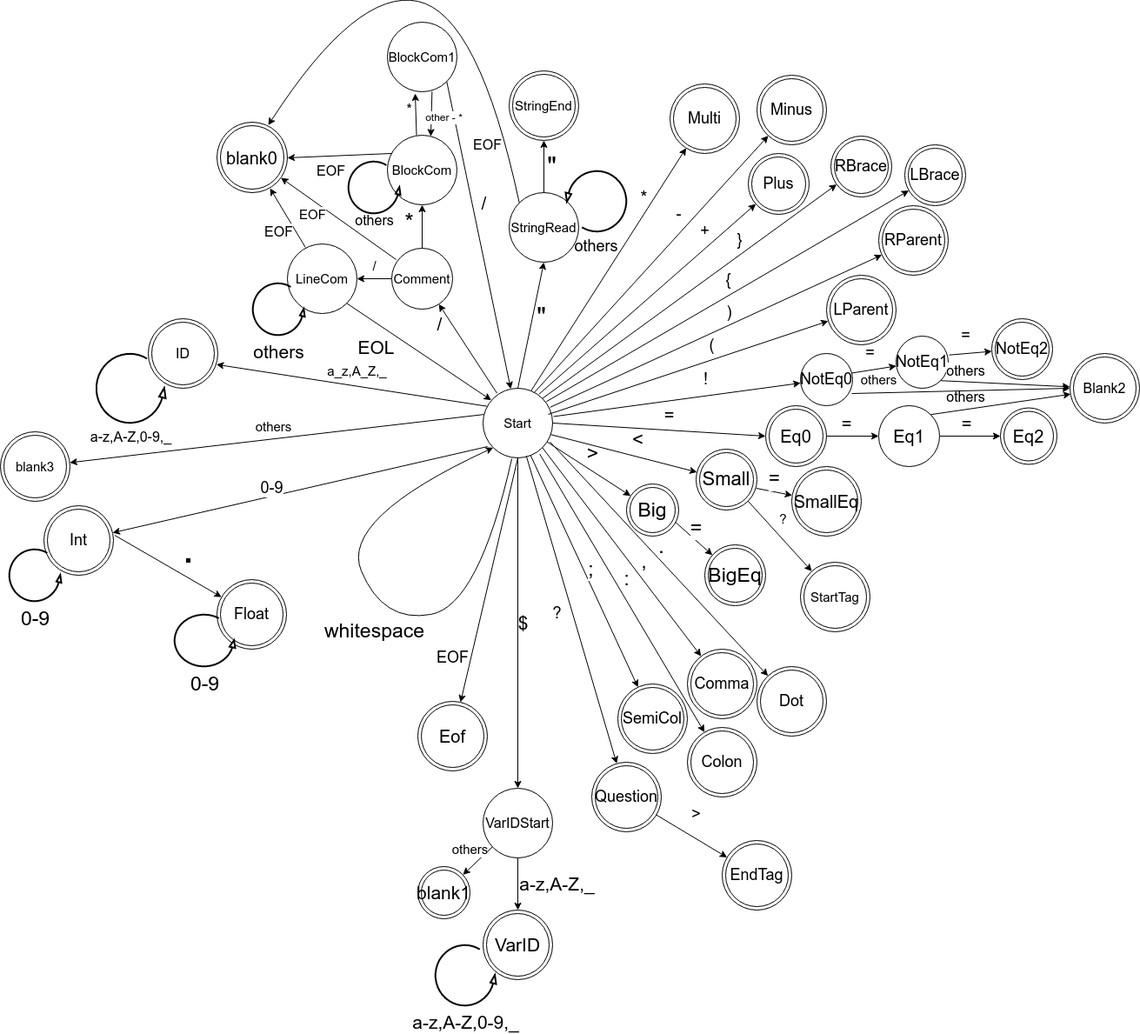
xonder05/IFJ22-Compiler keeps this draw.io diagram as fsm.png. Above is the earlier version. Source tidied: cells renumbered, new cells last; positions are measured from the earlier drawing's top-left corner, leaving out a move shared by most shapes.
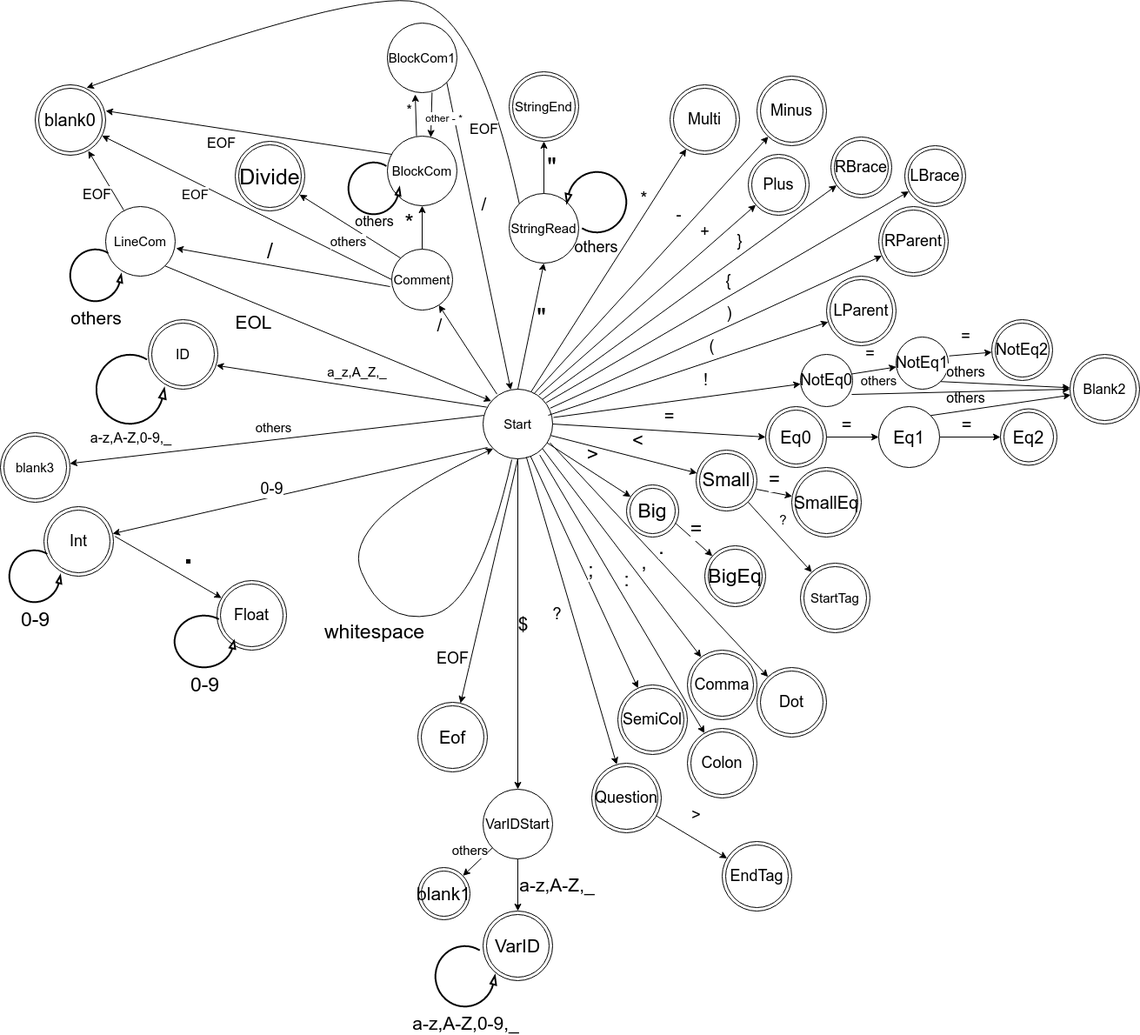
After the commit.

Change to the diagram source:
```diff
@@ -52,9 +52,6 @@
         <mxPoint y="-1" as="offset" />
       </mxGeometry>
     </mxCell>
-    <mxCell id="18" value="/" style="edgeStyle=orthogonalEdgeStyle;rounded=0;jettySize=auto;html=1;fontSize=15;" parent="1" edge="1" source="20" target="21">
-      <mxGeometry y="-15" relative="1" as="geometry" />
-    </mxCell>
     <mxCell id="19" value="*" style="edgeStyle=orthogonalEdgeStyle;rounded=0;jettySize=auto;html=1;exitX=0.5;exitY=0;exitDx=0;exitDy=0;fontSize=26;" parent="1" edge="1" source="20" target="22">
       <mxGeometry x="0.2" y="15" relative="1" as="geometry" />
     </mxCell>
@@ -62,7 +59,7 @@
       <mxGeometry x="450" y="299" width="70" height="70" as="geometry" />
     </mxCell>
     <mxCell id="21" value="LineCom" style="ellipse;whiteSpace=wrap;html=1;fontSize=15;" parent="1" vertex="1">
-      <mxGeometry x="330" y="294" width="80" height="80" as="geometry" />
+      <mxGeometry x="121" y="250" width="80" height="80" as="geometry" />
     </mxCell>
     <mxCell id="22" value="BlockCom" style="ellipse;whiteSpace=wrap;html=1;fontSize=15;" parent="1" vertex="1">
       <mxGeometry x="445" y="169" width="80" height="80" as="geometry" />
@@ -74,7 +71,7 @@
       <mxGeometry x="-0.2" y="13" relative="1" as="geometry" />
     </mxCell>
     <mxCell id="25" value="others" style="verticalLabelPosition=bottom;html=1;verticalAlign=top;strokeWidth=2;shape=mxgraph.lean_mapping.physical_pull;fontSize=21;" parent="1" vertex="1">
-      <mxGeometry x="290" y="339" width="60" height="60" as="geometry" />
+      <mxGeometry x="80" y="299" width="60" height="60" as="geometry" />
     </mxCell>
     <mxCell id="26" style="endArrow=classic;html=1;rounded=0;fontSize=21;exitX=1;exitY=1;exitDx=0;exitDy=0;entryX=0.119;entryY=0.171;entryDx=0;entryDy=0;entryPerimeter=0;" parent="1" edge="1" source="21" target="3">
       <mxGeometry relative="1" as="geometry" />
@@ -265,15 +262,13 @@
       <mxGeometry x="770" y="110" width="80" height="80" as="geometry" />
     </mxCell>
     <mxCell id="82" value="blank0" style="ellipse;shape=doubleEllipse;whiteSpace=wrap;html=1;fontSize=20;" parent="1" vertex="1">
-      <mxGeometry x="249" y="154" width="81" height="81" as="geometry" />
+      <mxGeometry x="40" y="110" width="81" height="81" as="geometry" />
     </mxCell>
-    <mxCell id="83" value="EOF" style="endArrow=classic;html=1;rounded=0;fontSize=15;exitX=0.072;exitY=0.185;exitDx=0;exitDy=0;exitPerimeter=0;" parent="1" edge="1" source="20" target="82">
+    <mxCell id="83" value="EOF" style="endArrow=classic;html=1;rounded=0;fontSize=15;exitX=0;exitY=0.5;exitDx=0;exitDy=0;" parent="1" edge="1" source="20" target="82">
       <mxGeometry x="0.32" y="13" relative="1" as="geometry" />
     </mxCell>
-    <mxCell id="84" value="EOF" style="endArrow=classic;html=1;rounded=0;fontSize=16;exitX=0.062;exitY=0.262;exitDx=0;exitDy=0;exitPerimeter=0;" parent="1" edge="1" source="22">
-      <mxGeometry x="0.18" y="17" relative="1" as="geometry">
-        <mxPoint x="330" y="195" as="targetPoint" />
-      </mxGeometry>
+    <mxCell id="84" value="EOF" style="endArrow=classic;html=1;rounded=0;fontSize=16;exitX=0.062;exitY=0.262;exitDx=0;exitDy=0;exitPerimeter=0;entryX=1;entryY=0.37;entryDx=0;entryDy=0;entryPerimeter=0;" parent="1" edge="1" source="22" target="82">
+      <mxGeometry x="0.18" y="17" relative="1" as="geometry" />
     </mxCell>
     <mxCell id="85" value="EOF" style="endArrow=classic;html=1;rounded=0;fontSize=16;entryX=0.753;entryY=0.938;entryDx=0;entryDy=0;entryPerimeter=0;exitX=0.26;exitY=0.051;exitDx=0;exitDy=0;exitPerimeter=0;" parent="1" edge="1" source="21" target="82">
       <mxGeometry x="-0.21" y="17" relative="1" as="geometry" />
@@ -361,5 +356,14 @@
     <mxCell id="108" value="Eof" style="ellipse;shape=doubleEllipse;whiteSpace=wrap;html=1;fontSize=20;" parent="1" vertex="1">
       <mxGeometry x="480" y="820" width="80" height="80" as="geometry" />
     </mxCell>
+    <mxCell id="18" value="/" style="endArrow=classic;html=1;rounded=0;entryX=1.013;entryY=0.6;entryDx=0;entryDy=0;entryPerimeter=0;exitX=-0.029;exitY=0.614;exitDx=0;exitDy=0;exitPerimeter=0;fontSize=25;" parent="1" edge="1" source="20" target="21">
+      <mxGeometry x="0.15" y="-17" relative="1" as="geometry" />
+    </mxCell>
+    <mxCell id="109" value="others" style="endArrow=classic;html=1;rounded=0;fontSize=15;exitX=0;exitY=0;exitDx=0;exitDy=0;" parent="1" edge="1" source="20" target="110">
+      <mxGeometry x="-0.11" y="16" relative="1" as="geometry" />
+    </mxCell>
+    <mxCell id="110" value="Divide" style="ellipse;shape=doubleEllipse;whiteSpace=wrap;html=1;fontSize=25;" parent="1" vertex="1">
+      <mxGeometry x="270" y="175" width="80" height="80" as="geometry" />
+    </mxCell>
   </root>
 </mxGraphModel>
```
